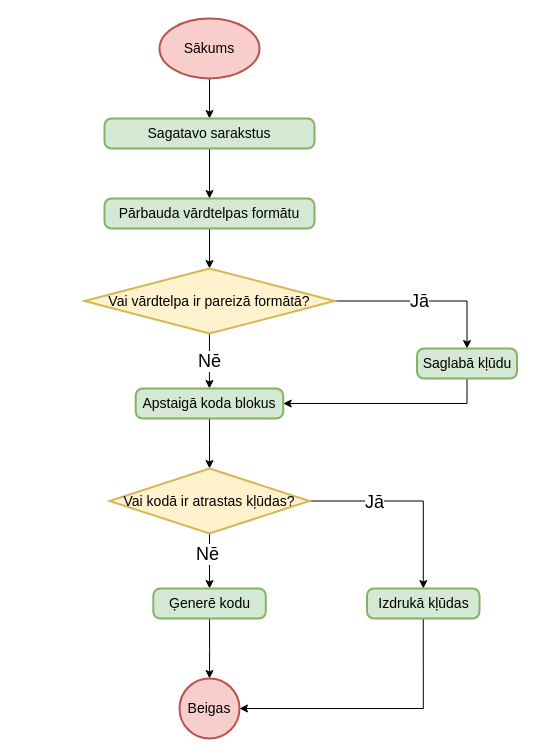
artiks12/webAppOS keeps this draw.io diagram as page "Vārdnīcu izveidošana" (3 of 10) of src/Kvalifikacijas darbs/Diagrammas/WebMemory.drawio. Above is the earlier version. Source tidied: cells renumbered, new cells numbered last; positions are measured from the earlier drawing's top-left corner, leaving out a move shared by most shapes. Both pictures are drawn from the tidied source at 100%, with x=0, y=0 at pixel (84, 18).
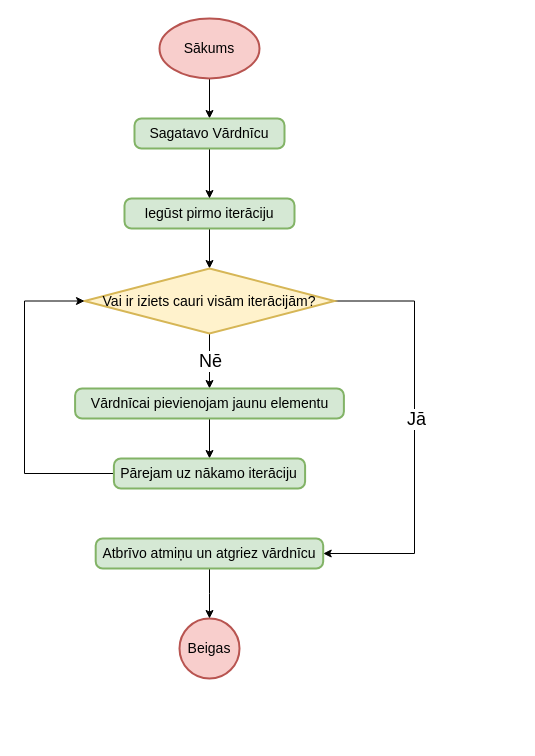
After the change.

The edit, as a diff of the source:
```diff
@@
-    <mxCell id="2" style="edgeStyle=orthogonalEdgeStyle;rounded=0;jettySize=auto;html=1;entryX=0.5;entryY=0;entryDx=0;entryDy=0;" parent="1" edge="1" source="3" target="26">
+    <mxCell id="2" style="edgeStyle=orthogonalEdgeStyle;rounded=0;jettySize=auto;html=1;entryX=0.5;entryY=0;entryDx=0;entryDy=0;exitX=0.5;exitY=1;exitDx=0;exitDy=0;exitPerimeter=0;" parent="1" edge="1" source="3" target="26">
       <mxGeometry relative="1" as="geometry" />
     </mxCell>
-    <mxCell id="3" value="Sākums" style="strokeWidth=2;html=1;shape=mxgraph.flowchart.start_1;whiteSpace=wrap;fontSize=14;fillColor=#f8cecc;strokeColor=#b85450;" parent="1" vertex="1">
-      <mxGeometry x="75" width="100" height="60" as="geometry" />
-    </mxCell>
@@
-    <mxCell id="5" value="Pārbauda vārdtelpas formātu" style="rounded=1;whiteSpace=wrap;html=1;absoluteArcSize=1;arcSize=14;strokeWidth=2;fontSize=14;fillColor=#d5e8d4;strokeColor=#82b366;" parent="1" vertex="1">
-      <mxGeometry x="20" y="180" width="210" height="30" as="geometry" />
+    <mxCell id="5" value="Iegūst pirmo iterāciju" style="rounded=1;whiteSpace=wrap;html=1;absoluteArcSize=1;arcSize=14;strokeWidth=2;fontSize=14;fillColor=#d5e8d4;strokeColor=#82b366;" parent="1" vertex="1">
+      <mxGeometry x="40" y="180" width="170" height="30" as="geometry" />
     </mxCell>
-    <mxCell id="6" style="edgeStyle=orthogonalEdgeStyle;rounded=0;jettySize=auto;html=1;exitX=1;exitY=0.5;exitDx=0;exitDy=0;exitPerimeter=0;entryX=0.5;entryY=0;entryDx=0;entryDy=0;" parent="1" edge="1" source="10" target="12">
-      <mxGeometry relative="1" as="geometry" />
+    <mxCell id="6" style="edgeStyle=orthogonalEdgeStyle;rounded=0;jettySize=auto;html=1;exitX=1;exitY=0.5;exitDx=0;exitDy=0;exitPerimeter=0;entryX=1;entryY=0.5;entryDx=0;entryDy=0;" parent="1" edge="1" source="10" target="29">
+      <mxGeometry relative="1" as="geometry">
+        <Array as="points">
+          <mxPoint x="330" y="283" />
+          <mxPoint x="330" y="535" />
+        </Array>
+      </mxGeometry>
     </mxCell>
@@
-    <mxCell id="10" value="Vai vārdtelpa ir pareizā formātā?" style="strokeWidth=2;html=1;shape=mxgraph.flowchart.decision;whiteSpace=wrap;fontSize=14;fillColor=#fff2cc;strokeColor=#d6b656;" parent="1" vertex="1">
+    <mxCell id="10" value="Vai ir iziets cauri visām iterācijām?" style="strokeWidth=2;html=1;shape=mxgraph.flowchart.decision;whiteSpace=wrap;fontSize=14;fillColor=#fff2cc;strokeColor=#d6b656;" parent="1" vertex="1">
       <mxGeometry y="250" width="250" height="65" as="geometry" />
     </mxCell>
-    <mxCell id="11" style="edgeStyle=orthogonalEdgeStyle;rounded=0;jettySize=auto;html=1;entryX=1;entryY=0.5;entryDx=0;entryDy=0;exitX=0.5;exitY=1;exitDx=0;exitDy=0;" parent="1" edge="1" source="12" target="14">
-      <mxGeometry relative="1" as="geometry" />
-    </mxCell>
-    <mxCell id="12" value="Saglabā kļūdu" style="rounded=1;whiteSpace=wrap;html=1;absoluteArcSize=1;arcSize=14;strokeWidth=2;fontSize=14;fillColor=#d5e8d4;strokeColor=#82b366;" parent="1" vertex="1">
-      <mxGeometry x="332.5" y="330" width="100" height="30" as="geometry" />
-    </mxCell>
-    <mxCell id="13" style="edgeStyle=orthogonalEdgeStyle;rounded=0;jettySize=auto;html=1;entryX=0.5;entryY=0;entryDx=0;entryDy=0;entryPerimeter=0;" parent="1" edge="1" source="14" target="20">
+    <mxCell id="13" style="edgeStyle=orthogonalEdgeStyle;rounded=0;jettySize=auto;html=1;entryX=0.5;entryY=0;entryDx=0;entryDy=0;" parent="1" edge="1" source="14" target="21">
       <mxGeometry relative="1" as="geometry" />
     </mxCell>
-    <mxCell id="14" value="Apstaigā koda blokus" style="rounded=1;whiteSpace=wrap;html=1;absoluteArcSize=1;arcSize=14;strokeWidth=2;fontSize=14;fillColor=#d5e8d4;strokeColor=#82b366;" parent="1" vertex="1">
-      <mxGeometry x="51.2" y="370" width="147.5" height="30" as="geometry" />
+    <mxCell id="14" value="Vārdnīcai pievienojam jaunu elementu" style="rounded=1;whiteSpace=wrap;html=1;absoluteArcSize=1;arcSize=14;strokeWidth=2;fontSize=14;fillColor=#d5e8d4;strokeColor=#82b366;" parent="1" vertex="1">
+      <mxGeometry x="-9.4" y="370" width="268.8" height="30" as="geometry" />
     </mxCell>
-    <mxCell id="15" style="edgeStyle=orthogonalEdgeStyle;rounded=0;jettySize=auto;html=1;entryX=0.5;entryY=0;entryDx=0;entryDy=0;entryPerimeter=0;exitX=0.5;exitY=1;exitDx=0;exitDy=0;" parent="1" edge="1" source="21" target="16">
-      <mxGeometry relative="1" as="geometry" />
-    </mxCell>
     <mxCell id="16" value="Beigas" style="strokeWidth=2;html=1;shape=mxgraph.flowchart.start_2;whiteSpace=wrap;fontSize=14;fillColor=#f8cecc;strokeColor=#b85450;" parent="1" vertex="1">
-      <mxGeometry x="95" y="660" width="60" height="60" as="geometry" />
+      <mxGeometry x="95" y="600" width="60" height="60" as="geometry" />
     </mxCell>
-    <mxCell id="17" style="edgeStyle=orthogonalEdgeStyle;rounded=0;jettySize=auto;html=1;entryX=0.5;entryY=0;entryDx=0;entryDy=0;" parent="1" edge="1" source="20" target="21">
-      <mxGeometry relative="1" as="geometry" />
-    </mxCell>
-    <mxCell id="18" style="edgeStyle=orthogonalEdgeStyle;rounded=0;jettySize=auto;html=1;" parent="1" edge="1" source="20" target="23">
-      <mxGeometry relative="1" as="geometry" />
-    </mxCell>
-    <mxCell id="19" value="&lt;font style=&quot;font-size: 18px&quot;&gt;Jā&lt;/font&gt;" style="edgeLabel;html=1;align=center;verticalAlign=middle;" parent="18" vertex="1">
-      <mxGeometry x="-0.37" relative="1" as="geometry">
-        <mxPoint x="1" y="1" as="offset" />
-      </mxGeometry>
-    </mxCell>
-    <mxCell id="20" value="Vai kodā ir atrastas kļūdas?" style="strokeWidth=2;html=1;shape=mxgraph.flowchart.decision;whiteSpace=wrap;fontSize=14;fillColor=#fff2cc;strokeColor=#d6b656;" parent="1" vertex="1">
-      <mxGeometry x="25" y="450" width="200" height="65" as="geometry" />
-    </mxCell>
+    <mxCell id="27" style="edgeStyle=orthogonalEdgeStyle;rounded=0;jettySize=auto;html=1;entryX=0;entryY=0.5;entryDx=0;entryDy=0;entryPerimeter=0;" parent="1" edge="1" source="21" target="10">
+      <mxGeometry relative="1" as="geometry">
+        <Array as="points">
+          <mxPoint x="-60" y="455" />
+          <mxPoint x="-60" y="283" />
+        </Array>
+      </mxGeometry>
+    </mxCell>
-    <mxCell id="21" value="Ģenerē kodu" style="rounded=1;whiteSpace=wrap;html=1;absoluteArcSize=1;arcSize=14;strokeWidth=2;fontSize=14;fillColor=#d5e8d4;strokeColor=#82b366;" parent="1" vertex="1">
-      <mxGeometry x="68.8" y="570" width="112.5" height="30" as="geometry" />
+    <mxCell id="21" value="Pārejam uz nākamo iterāciju" style="rounded=1;whiteSpace=wrap;html=1;absoluteArcSize=1;arcSize=14;strokeWidth=2;fontSize=14;fillColor=#d5e8d4;strokeColor=#82b366;" parent="1" vertex="1">
+      <mxGeometry x="29.4" y="440" width="191.2" height="30" as="geometry" />
     </mxCell>
-    <mxCell id="22" style="edgeStyle=orthogonalEdgeStyle;rounded=0;jettySize=auto;html=1;entryX=1;entryY=0.5;entryDx=0;entryDy=0;entryPerimeter=0;exitX=0.5;exitY=1;exitDx=0;exitDy=0;" parent="1" edge="1" source="23" target="16">
-      <mxGeometry relative="1" as="geometry" />
-    </mxCell>
-    <mxCell id="23" value="Izdrukā kļūdas" style="rounded=1;whiteSpace=wrap;html=1;absoluteArcSize=1;arcSize=14;strokeWidth=2;fontSize=14;fillColor=#d5e8d4;strokeColor=#82b366;" parent="1" vertex="1">
-      <mxGeometry x="282.5" y="570" width="112.5" height="30" as="geometry" />
-    </mxCell>
-    <mxCell id="24" value="&lt;font style=&quot;font-size: 18px&quot;&gt;Nē&lt;/font&gt;" style="edgeLabel;html=1;align=center;verticalAlign=middle;" parent="1" vertex="1">
-      <mxGeometry x="122.5" y="535" as="geometry" />
-    </mxCell>
@@
-    <mxCell id="26" value="Sagatavo sarakstus" style="rounded=1;whiteSpace=wrap;html=1;absoluteArcSize=1;arcSize=14;strokeWidth=2;fontSize=14;fillColor=#d5e8d4;strokeColor=#82b366;" parent="1" vertex="1">
-      <mxGeometry x="20" y="100" width="210" height="30" as="geometry" />
+    <mxCell id="26" value="Sagatavo Vārdnīcu" style="rounded=1;whiteSpace=wrap;html=1;absoluteArcSize=1;arcSize=14;strokeWidth=2;fontSize=14;fillColor=#d5e8d4;strokeColor=#82b366;" parent="1" vertex="1">
+      <mxGeometry x="50" y="100" width="150" height="30" as="geometry" />
     </mxCell>
+    <mxCell id="3" value="Sākums" style="strokeWidth=2;html=1;shape=mxgraph.flowchart.start_1;whiteSpace=wrap;fontSize=14;fillColor=#f8cecc;strokeColor=#b85450;" parent="1" vertex="1">
+      <mxGeometry x="75" width="100" height="60" as="geometry" />
+    </mxCell>
+    <mxCell id="28" style="edgeStyle=orthogonalEdgeStyle;rounded=0;jettySize=auto;html=1;" parent="1" edge="1" source="29" target="16">
+      <mxGeometry relative="1" as="geometry" />
+    </mxCell>
+    <mxCell id="29" value="Atbrīvo atmiņu un atgriez vārdnīcu" style="rounded=1;whiteSpace=wrap;html=1;absoluteArcSize=1;arcSize=14;strokeWidth=2;fontSize=14;fillColor=#d5e8d4;strokeColor=#82b366;" parent="1" vertex="1">
+      <mxGeometry x="11.2" y="520" width="227.5" height="30" as="geometry" />
+    </mxCell>
```
